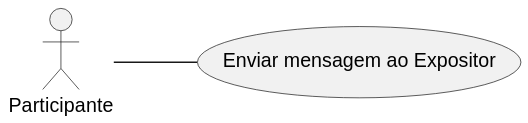
Before: specs/casos_de_uso/svg/uml_uc12.svg, a diagram exported from PlantUML (Phenrique-sousa/APS-documents).
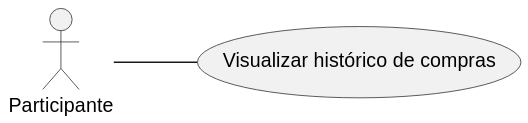
After the commit.

Diff of the diagram source:
```diff
@@ -3,7 +3,7 @@
 
 actor "Participante" as Usuario
 
-usecase "Enviar mensagem ao Expositor" as UC2
+usecase "Visualizar histórico de compras" as UC2
 
 Usuario -- UC2
 
```
